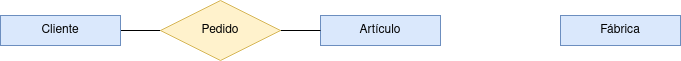
Before: Unidad-1/Tareas/Tarea-2/Diagrama Tarea 3.drawio.png, a diagram exported from draw.io (RafaelMayor/base-datos). Source tidied: cells renumbered, new cells last; positions are measured from the earlier drawing's top-left corner, leaving out a move shared by most shapes.
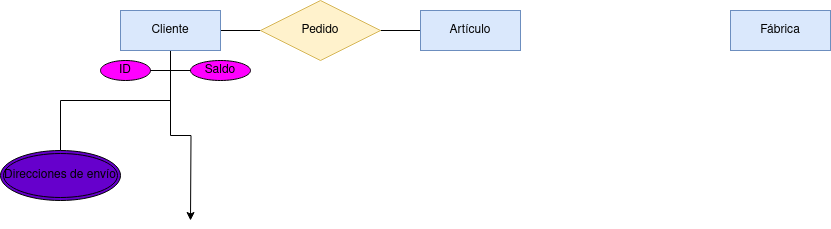
Above is the later version.

What changed in the source:
```diff
@@ -2,23 +2,46 @@
   <root>
     <mxCell id="0" />
     <mxCell id="1" parent="0" />
-    <mxCell id="2" style="edgeStyle=orthogonalEdgeStyle;rounded=0;jettySize=auto;html=1;entryX=0;entryY=0.5;entryDx=0;entryDy=0;endArrow=none;endFill=0;" parent="1" edge="1" source="3" target="7">
+    <mxCell id="2" style="edgeStyle=orthogonalEdgeStyle;rounded=0;jettySize=auto;html=1;entryX=0;entryY=0.5;entryDx=0;entryDy=0;endArrow=none;endFill=0;exitX=1;exitY=0.5;exitDx=0;exitDy=0;" parent="1" edge="1" source="3" target="7">
       <mxGeometry relative="1" as="geometry" />
     </mxCell>
+    <mxCell id="6" style="edgeStyle=orthogonalEdgeStyle;rounded=0;jettySize=auto;html=1;entryX=0;entryY=0.5;entryDx=0;entryDy=0;endArrow=none;endFill=0;" parent="1" edge="1" source="7" target="4">
+      <mxGeometry relative="1" as="geometry" />
+    </mxCell>
+    <mxCell id="7" value="Pedido" style="shape=rhombus;perimeter=rhombusPerimeter;whiteSpace=wrap;html=1;align=center;fillColor=#fff2cc;strokeColor=#d6b656;" parent="1" vertex="1">
+      <mxGeometry x="160" width="120" height="60" as="geometry" />
+    </mxCell>
+    <mxCell id="8" style="edgeStyle=orthogonalEdgeStyle;rounded=0;jettySize=auto;html=1;entryX=0.5;entryY=0;entryDx=0;entryDy=0;endArrow=none;endFill=0;" parent="1" edge="1" source="3" target="12">
+      <mxGeometry relative="1" as="geometry" />
+    </mxCell>
+    <mxCell id="9" style="edgeStyle=orthogonalEdgeStyle;rounded=0;jettySize=auto;html=1;entryX=0.5;entryY=0;entryDx=0;entryDy=0;endArrow=none;endFill=0;" parent="1" edge="1" source="3" target="13">
+      <mxGeometry relative="1" as="geometry" />
+    </mxCell>
+    <mxCell id="10" style="edgeStyle=orthogonalEdgeStyle;rounded=0;jettySize=auto;html=1;entryX=0.5;entryY=0;entryDx=0;entryDy=0;endArrow=none;endFill=0;" parent="1" edge="1" source="3" target="14">
+      <mxGeometry relative="1" as="geometry" />
+    </mxCell>
+    <mxCell id="11" style="edgeStyle=orthogonalEdgeStyle;rounded=0;jettySize=auto;html=1;" parent="1" edge="1" source="3">
+      <mxGeometry relative="1" as="geometry">
+        <mxPoint x="90" y="220" as="targetPoint" />
+      </mxGeometry>
+    </mxCell>
-    <mxCell id="3" value="Cliente" style="rounded=0;whiteSpace=wrap;html=1;fillColor=#dae8fc;strokeColor=#6c8ebf;" parent="1" vertex="1">
-      <mxGeometry y="15" width="120" height="30" as="geometry" />
+    <mxCell id="3" value="Cliente" style="whiteSpace=wrap;html=1;align=center;fillColor=#dae8fc;strokeColor=#6c8ebf;" parent="1" vertex="1">
+      <mxGeometry x="20" y="10" width="100" height="40" as="geometry" />
     </mxCell>
-    <mxCell id="4" value="Artículo" style="rounded=0;whiteSpace=wrap;html=1;fillColor=#dae8fc;strokeColor=#6c8ebf;" parent="1" vertex="1">
-      <mxGeometry x="320" y="15" width="120" height="30" as="geometry" />
+    <mxCell id="4" value="Artículo" style="whiteSpace=wrap;html=1;align=center;fillColor=#dae8fc;strokeColor=#6c8ebf;" parent="1" vertex="1">
+      <mxGeometry x="320" y="10" width="100" height="40" as="geometry" />
     </mxCell>
+    <mxCell id="12" value="ID" style="ellipse;whiteSpace=wrap;html=1;align=center;strokeColor=#000000;fillColor=#FF00FF;" parent="1" vertex="1">
+      <mxGeometry y="60" width="50" height="20" as="geometry" />
+    </mxCell>
+    <mxCell id="13" value="Direcciones de envío" style="ellipse;shape=doubleEllipse;margin=3;whiteSpace=wrap;html=1;align=center;fillColor=#6600CC;" parent="1" vertex="1">
+      <mxGeometry x="-100" y="150" width="120" height="50" as="geometry" />
+    </mxCell>
+    <mxCell id="14" value="Saldo" style="ellipse;whiteSpace=wrap;html=1;align=center;fillColor=#FF00FF;" parent="1" vertex="1">
+      <mxGeometry x="90" y="60" width="60" height="20" as="geometry" />
+    </mxCell>
-    <mxCell id="5" value="Fábrica" style="rounded=0;whiteSpace=wrap;html=1;fillColor=#dae8fc;strokeColor=#6c8ebf;" parent="1" vertex="1">
-      <mxGeometry x="560" y="15" width="120" height="30" as="geometry" />
+    <mxCell id="5" value="Fábrica" style="whiteSpace=wrap;html=1;align=center;fillColor=#dae8fc;strokeColor=#6c8ebf;" parent="1" vertex="1">
+      <mxGeometry x="630" y="10" width="100" height="40" as="geometry" />
     </mxCell>
-    <mxCell id="6" style="edgeStyle=orthogonalEdgeStyle;rounded=0;jettySize=auto;html=1;entryX=0;entryY=0.5;entryDx=0;entryDy=0;endArrow=none;endFill=0;" parent="1" edge="1" source="7" target="4">
-      <mxGeometry relative="1" as="geometry" />
-    </mxCell>
-    <mxCell id="7" value="Pedido" style="shape=rhombus;perimeter=rhombusPerimeter;whiteSpace=wrap;html=1;align=center;fillColor=#fff2cc;strokeColor=#d6b656;" parent="1" vertex="1">
-      <mxGeometry x="160" width="120" height="60" as="geometry" />
-    </mxCell>
   </root>
 </mxGraphModel>
```
